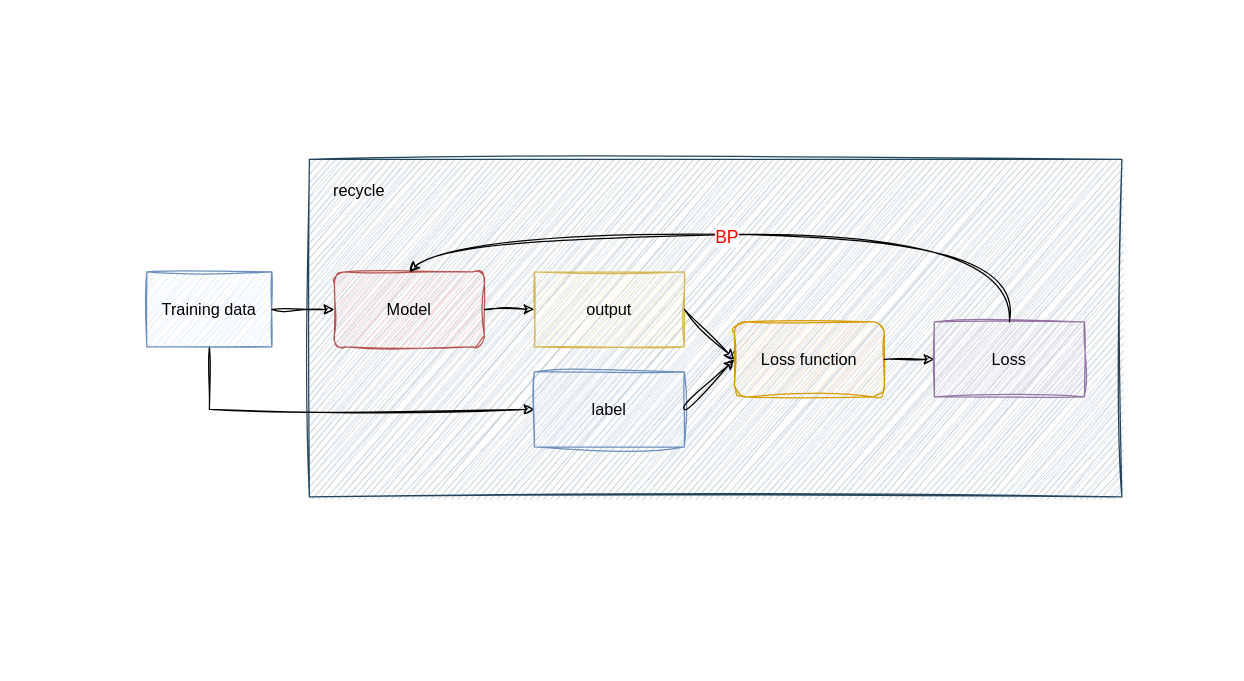
The draw.io diagram 未命名绘图.drawio in bfishT/bfishT, before the edit. Source tidied: cells renumbered, new cells numbered last; positions are measured from the earlier drawing's top-left corner, leaving out a move shared by most shapes. Both pictures are drawn from the tidied source at 125%, with x=0, y=0 at pixel (146, 159).
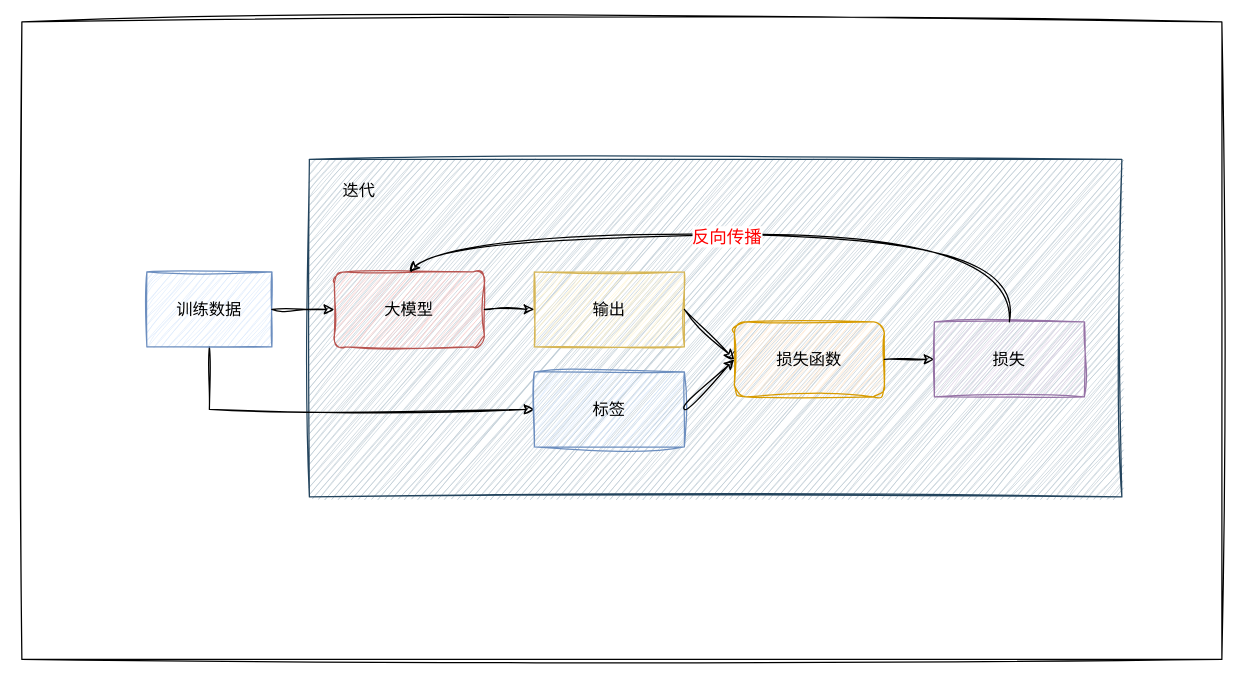
After the change.

Commit message (it also covers changes not shown here):
更新未命名绘图.drawio

Unchanged cells that the change refers to:
```xml
<mxCell id="15" style="curved=1;endArrow=classic;html=1;rounded=0;sketch=1;hachureGap=4;jiggle=2;curveFitting=1;fontFamily=Helvetica;exitX=0.5;exitY=0;exitDx=0;exitDy=0;entryX=0.5;entryY=0;entryDx=0;entryDy=0;fontStyle=0;fontSize=13;" parent="1" edge="1" source="14" target="5">
  <mxGeometry relative="1" as="geometry">
    <Array as="points">
      <mxPoint x="700" y="60" />
      <mxPoint x="240" y="60" />
    </Array>
  </mxGeometry>
</mxCell>
```

What changed in the source:
```diff
@@
+    <mxCell id="18" style="rounded=0;whiteSpace=wrap;html=1;sketch=1;hachureGap=4;jiggle=2;curveFitting=1;fontFamily=Architects Daughter;" parent="1" vertex="1">
+      <mxGeometry x="-100" y="-110" width="960" height="510" as="geometry" />
+    </mxCell>
@@
-    <mxCell id="4" value="Training data" style="rounded=0;whiteSpace=wrap;html=1;sketch=1;hachureGap=4;jiggle=2;curveFitting=1;fontFamily=Helvetica;fontStyle=0;fontSize=13;fillColor=#dae8fc;strokeColor=#6c8ebf;" parent="1" vertex="1">
+    <mxCell id="4" value="训练数据" style="rounded=0;whiteSpace=wrap;html=1;sketch=1;hachureGap=4;jiggle=2;curveFitting=1;fontFamily=Helvetica;fontStyle=0;fontSize=13;fillColor=#dae8fc;strokeColor=#6c8ebf;" parent="1" vertex="1">
       <mxGeometry y="90" width="100" height="60" as="geometry" />
     </mxCell>
-    <mxCell id="5" value="Model" style="rounded=1;whiteSpace=wrap;html=1;sketch=1;hachureGap=4;jiggle=2;curveFitting=1;fontFamily=Helvetica;fontStyle=0;fontSize=13;fillColor=#f8cecc;strokeColor=#b85450;" parent="1" vertex="1">
+    <mxCell id="5" value="大模型" style="rounded=1;whiteSpace=wrap;html=1;sketch=1;hachureGap=4;jiggle=2;curveFitting=1;fontFamily=Helvetica;fontStyle=0;fontSize=13;fillColor=#f8cecc;strokeColor=#b85450;" parent="1" vertex="1">
       <mxGeometry x="150" y="90" width="120" height="60" as="geometry" />
     </mxCell>
@@
-    <mxCell id="8" value="output" style="rounded=0;whiteSpace=wrap;html=1;sketch=1;hachureGap=4;jiggle=2;curveFitting=1;fontFamily=Helvetica;fontStyle=0;fontSize=13;fillColor=#fff2cc;strokeColor=#d6b656;" parent="1" vertex="1">
+    <mxCell id="8" value="输出" style="rounded=0;whiteSpace=wrap;html=1;sketch=1;hachureGap=4;jiggle=2;curveFitting=1;fontFamily=Helvetica;fontStyle=0;fontSize=13;fillColor=#fff2cc;strokeColor=#d6b656;" parent="1" vertex="1">
       <mxGeometry x="310" y="90" width="120" height="60" as="geometry" />
     </mxCell>
-    <mxCell id="9" value="label" style="rounded=0;whiteSpace=wrap;html=1;sketch=1;hachureGap=4;jiggle=2;curveFitting=1;fontFamily=Helvetica;fontStyle=0;fontSize=13;fillColor=#dae8fc;strokeColor=#6c8ebf;" parent="1" vertex="1">
+    <mxCell id="9" value="标签" style="rounded=0;whiteSpace=wrap;html=1;sketch=1;hachureGap=4;jiggle=2;curveFitting=1;fontFamily=Helvetica;fontStyle=0;fontSize=13;fillColor=#dae8fc;strokeColor=#6c8ebf;" parent="1" vertex="1">
       <mxGeometry x="310" y="170" width="120" height="60" as="geometry" />
     </mxCell>
-    <mxCell id="10" value="Loss function" style="rounded=1;whiteSpace=wrap;html=1;sketch=1;hachureGap=4;jiggle=2;curveFitting=1;fontFamily=Helvetica;fontStyle=0;fontSize=13;fillColor=#ffe6cc;strokeColor=#d79b00;" parent="1" vertex="1">
+    <mxCell id="10" value="损失函数" style="rounded=1;whiteSpace=wrap;html=1;sketch=1;hachureGap=4;jiggle=2;curveFitting=1;fontFamily=Helvetica;fontStyle=0;fontSize=13;fillColor=#ffe6cc;strokeColor=#d79b00;" parent="1" vertex="1">
       <mxGeometry x="470" y="130" width="120" height="60" as="geometry" />
     </mxCell>
@@
-    <mxCell id="14" value="Loss" style="rounded=0;whiteSpace=wrap;html=1;sketch=1;hachureGap=4;jiggle=2;curveFitting=1;fontFamily=Helvetica;fontStyle=0;fontSize=13;fillColor=#e1d5e7;strokeColor=#9673a6;" parent="1" vertex="1">
+    <mxCell id="14" value="损失" style="rounded=0;whiteSpace=wrap;html=1;sketch=1;hachureGap=4;jiggle=2;curveFitting=1;fontFamily=Helvetica;fontStyle=0;fontSize=13;fillColor=#e1d5e7;strokeColor=#9673a6;" parent="1" vertex="1">
       <mxGeometry x="630" y="130" width="120" height="60" as="geometry" />
     </mxCell>
@@
-    <mxCell id="16" value="BP" style="edgeLabel;html=1;align=center;verticalAlign=middle;sketch=1;hachureGap=4;jiggle=2;curveFitting=1;fontFamily=Helvetica;fontStyle=0;fontSize=14;fontColor=#FF0000;" parent="15" vertex="1">
+    <mxCell id="16" value="反向传播" style="edgeLabel;html=1;align=center;verticalAlign=middle;sketch=1;hachureGap=4;jiggle=2;curveFitting=1;fontFamily=Helvetica;fontStyle=0;fontSize=14;fontColor=#FF0000;" parent="15" vertex="1">
       <mxGeometry x="0.07" y="1" relative="1" as="geometry" />
     </mxCell>
-    <mxCell id="17" value="recycle" style="text;html=1;align=center;verticalAlign=middle;whiteSpace=wrap;rounded=0;fontFamily=Helvetica;fontStyle=0;fontSize=13;" parent="1" vertex="1">
+    <mxCell id="17" value="迭代" style="text;html=1;align=center;verticalAlign=middle;whiteSpace=wrap;rounded=0;fontFamily=Helvetica;fontStyle=0;fontSize=13;" parent="1" vertex="1">
       <mxGeometry x="140" y="10" width="60" height="30" as="geometry" />
     </mxCell>
```
